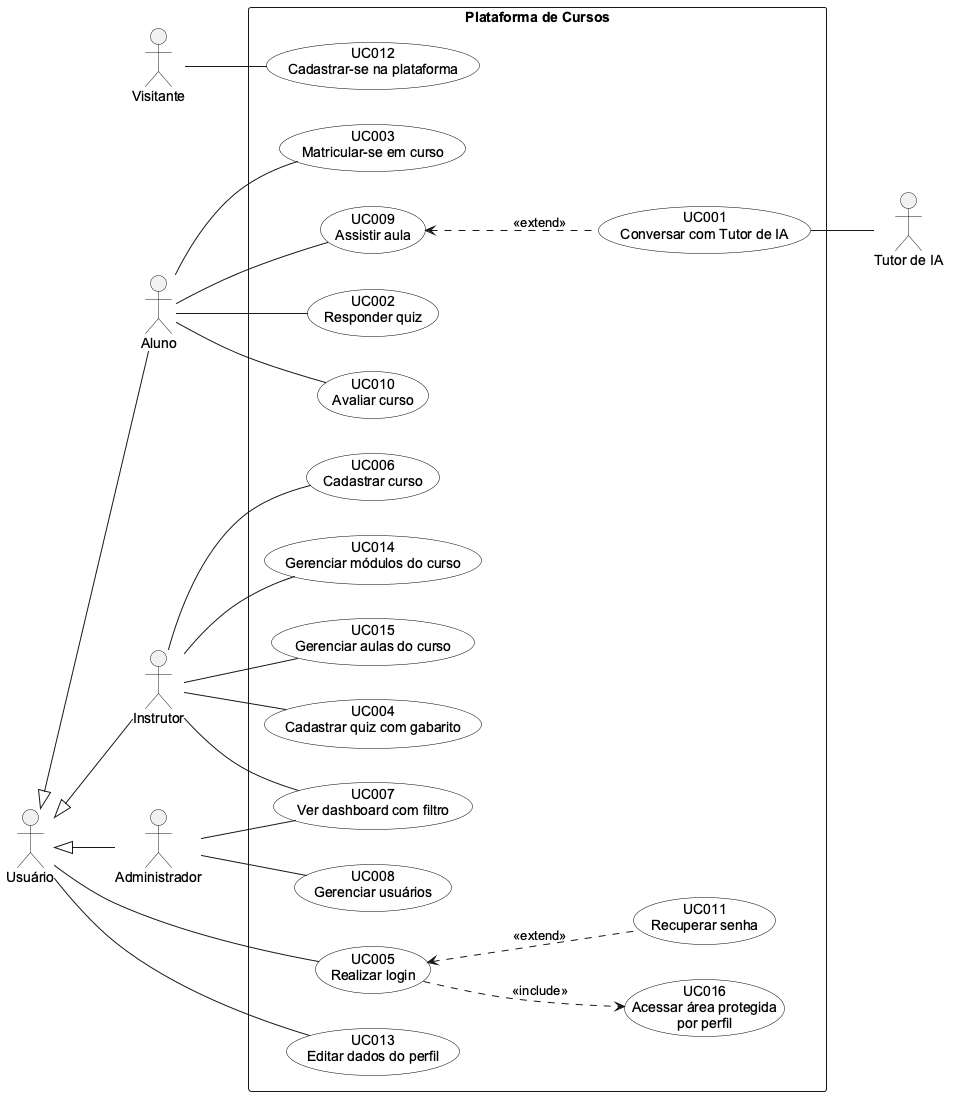
Plataforma-de-Cursos-TCC/plataforma-cursos-docs keeps this PlantUML diagram as especificacao/diagramas/09-casos-de-uso.png. Above is the earlier version. The source it was exported from:
```plantuml
@startuml 09-casos-de-uso
left to right direction
skinparam shadowing false
skinparam defaultFontName Arial
skinparam usecase {
  BackgroundColor white
  BorderColor black
}
skinparam actorStyle stickman

actor Visitante as VIS
actor "Usuário" as USU
actor Aluno as ALU
actor Instrutor as INS
actor Administrador as ADM
actor "Tutor de IA" as TUT

USU <|-- ALU
USU <|-- INS
USU <|-- ADM

rectangle "Plataforma de Cursos" {
  usecase "UC012\nCadastrar-se na plataforma" as UC012
  usecase "UC005\nRealizar login" as UC005
  usecase "UC011\nRecuperar senha" as UC011
  usecase "UC016\nAcessar área protegida\npor perfil" as UC016
  usecase "UC013\nEditar dados do perfil" as UC013
  usecase "UC003\nMatricular-se em curso" as UC003
  usecase "UC009\nAssistir aula" as UC009
  usecase "UC001\nConversar com Tutor de IA" as UC001
  usecase "UC002\nResponder quiz" as UC002
  usecase "UC010\nAvaliar curso" as UC010
  usecase "UC006\nCadastrar curso" as UC006
  usecase "UC014\nGerenciar módulos do curso" as UC014
  usecase "UC015\nGerenciar aulas do curso" as UC015
  usecase "UC004\nCadastrar quiz com gabarito" as UC004
  usecase "UC007\nVer dashboard com filtro" as UC007
  usecase "UC008\nGerenciar usuários" as UC008
}

VIS -- UC012
USU -- UC005
USU -- UC013
ALU -- UC003
ALU -- UC009
ALU -- UC002
ALU -- UC010
INS -- UC006
INS -- UC014
INS -- UC015
INS -- UC004
INS -- UC007
ADM -- UC007
ADM -- UC008
UC001 -- TUT

UC005 ..> UC016 : <<include>>
UC005 <.. UC011 : <<extend>>
UC009 <.. UC001 : <<extend>>
@enduml
```
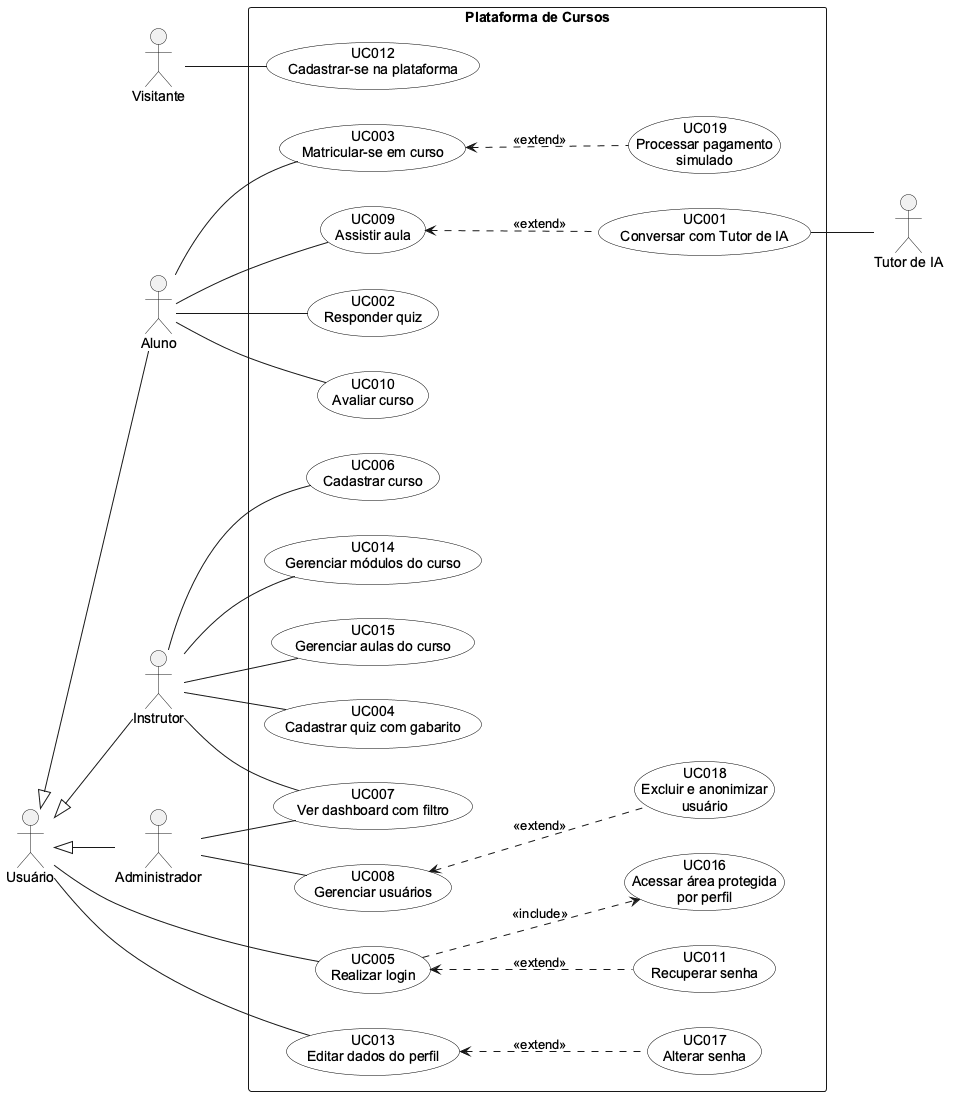
The same file after the commit.

Diff of the diagram source:
```diff
@@ -25,7 +25,9 @@
   usecase "UC011\nRecuperar senha" as UC011
   usecase "UC016\nAcessar área protegida\npor perfil" as UC016
   usecase "UC013\nEditar dados do perfil" as UC013
+  usecase "UC017\nAlterar senha" as UC017
   usecase "UC003\nMatricular-se em curso" as UC003
+  usecase "UC019\nProcessar pagamento\nsimulado" as UC019
   usecase "UC009\nAssistir aula" as UC009
   usecase "UC001\nConversar com Tutor de IA" as UC001
   usecase "UC002\nResponder quiz" as UC002
@@ -36,6 +38,7 @@
   usecase "UC004\nCadastrar quiz com gabarito" as UC004
   usecase "UC007\nVer dashboard com filtro" as UC007
   usecase "UC008\nGerenciar usuários" as UC008
+  usecase "UC018\nExcluir e anonimizar\nusuário" as UC018
 }
 
 VIS -- UC012
@@ -57,4 +60,7 @@
 UC005 ..> UC016 : <<include>>
 UC005 <.. UC011 : <<extend>>
 UC009 <.. UC001 : <<extend>>
+UC013 <.. UC017 : <<extend>>
+UC003 <.. UC019 : <<extend>>
+UC008 <.. UC018 : <<extend>>
 @enduml
```
